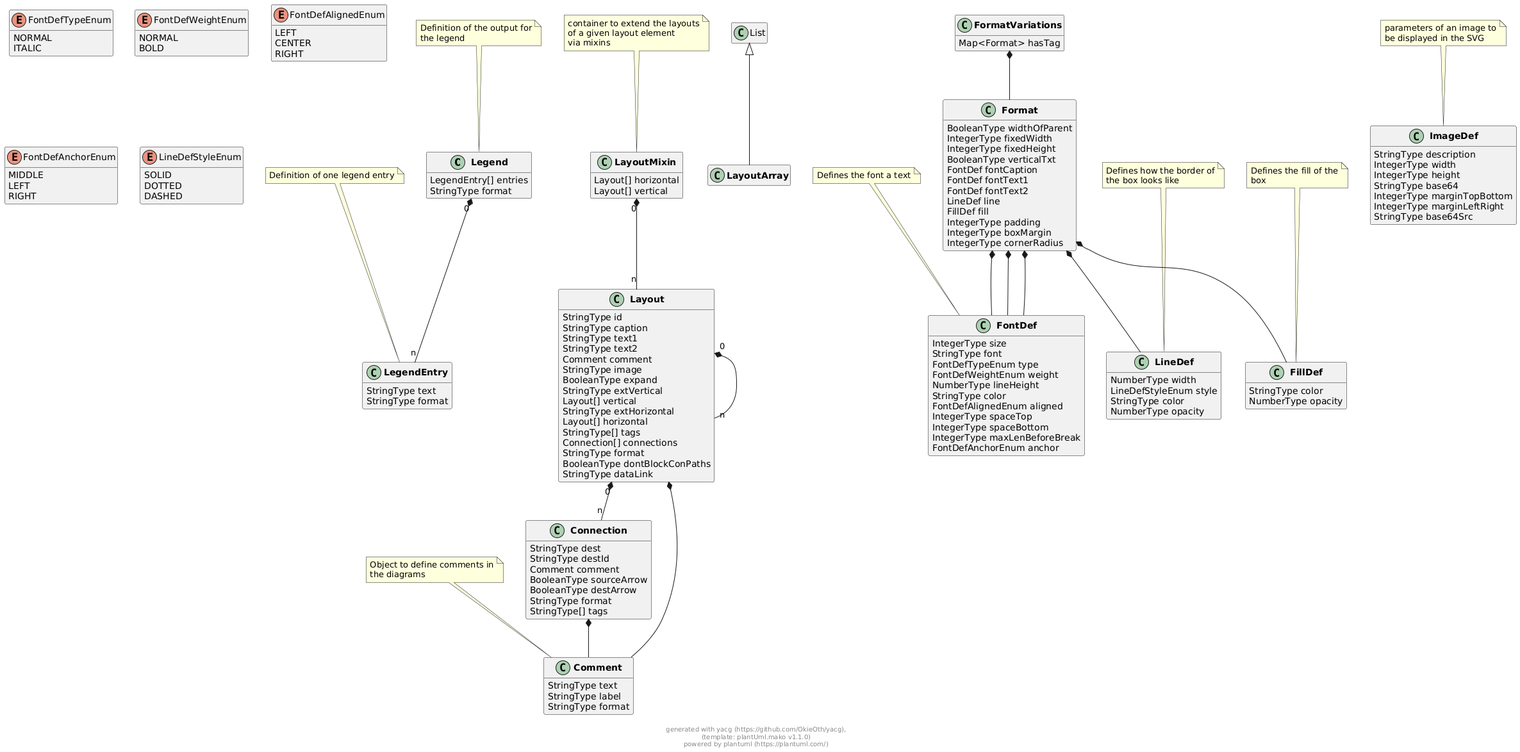
This is docs/models/png/externals.png from OkieOth/draw.chart.things, a PlantUML export, as it was before one commit.
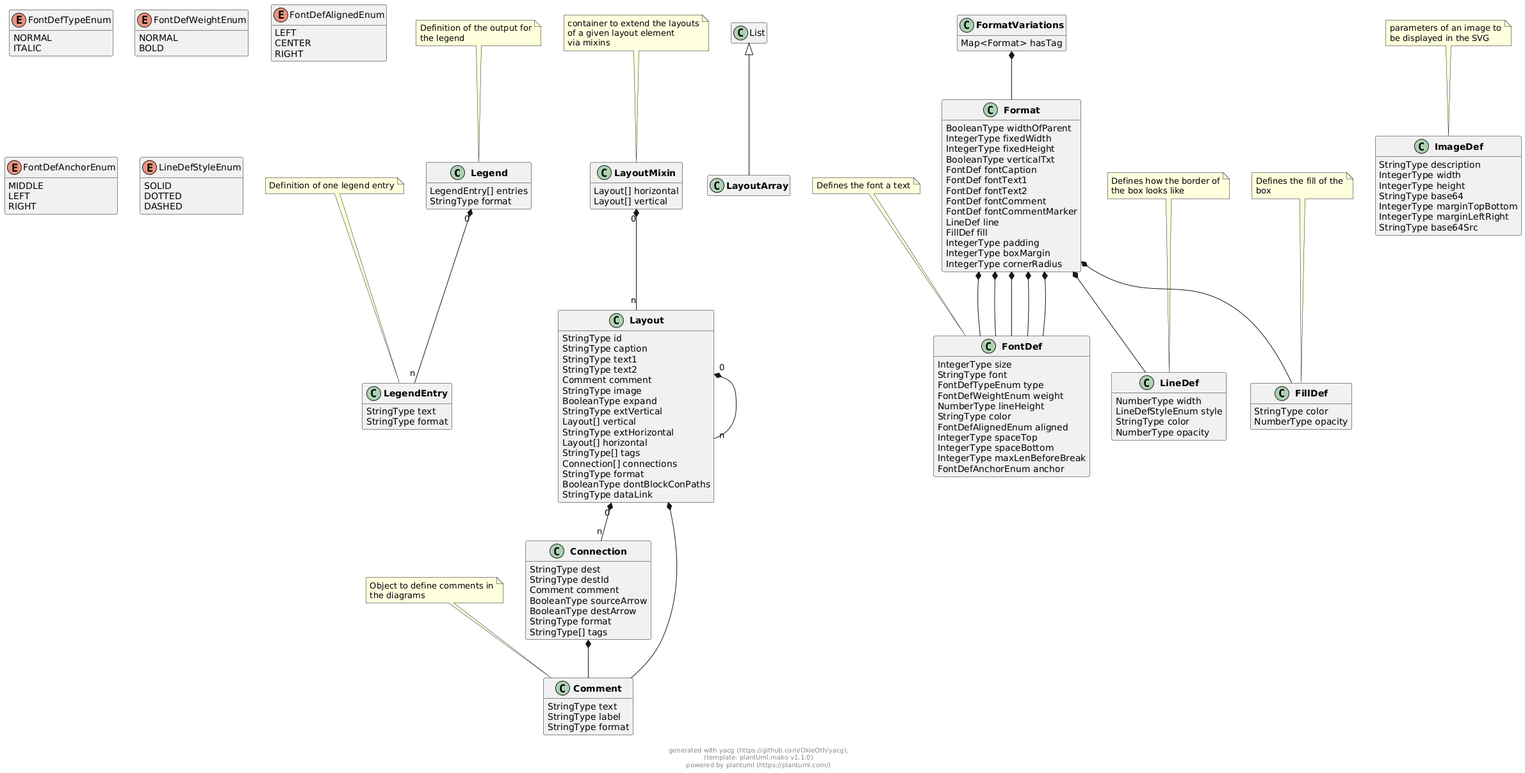
After the change.

The edit, as a diff of the source:
```diff
@@ -71,6 +71,8 @@
         FontDef fontCaption
         FontDef fontText1
         FontDef fontText2
+        FontDef fontComment
+        FontDef fontCommentMarker
         LineDef line
         FillDef fill
         IntegerType padding
@@ -225,6 +227,10 @@
 
 Format  *--  FontDef
 
+Format  *--  FontDef
+
+Format  *--  FontDef
+
 Format  *--  LineDef
 
 Format  *--  FillDef
```
